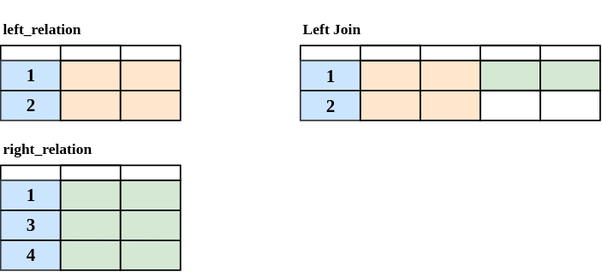
The draw.io diagram docs/sql-reference/left-join.svg in mabel-dev/opteryx.dev, before a commit. Source tidied: cells renumbered, new cells last; positions are measured from the earlier drawing's top-left corner, leaving out a move shared by most shapes.
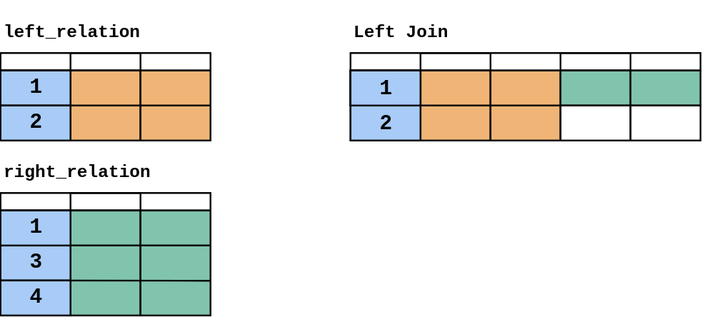
After the change.

What changed in the source:
```diff
@@ -8,19 +8,19 @@
     <mxCell id="3" style="rounded=0;whiteSpace=wrap;html=1;fontFamily=Lucida Console;fontSize=6;strokeColor=#36393d;strokeWidth=1;fillColor=#cce5ff;" parent="1" vertex="1">
       <mxGeometry y="40" width="40" height="40" as="geometry" />
     </mxCell>
-    <mxCell id="4" style="rounded=0;whiteSpace=wrap;html=1;fontFamily=Lucida Console;fontSize=6;strokeColor=#000000;strokeWidth=1;fillColor=#ffe6cc;" parent="1" vertex="1">
+    <mxCell id="4" style="rounded=0;whiteSpace=wrap;html=1;fontFamily=Lucida Console;fontSize=6;strokeColor=#000000;strokeWidth=1;fillColor=#F0B576;" parent="1" vertex="1">
       <mxGeometry x="40" y="40" width="40" height="40" as="geometry" />
     </mxCell>
-    <mxCell id="5" style="rounded=0;whiteSpace=wrap;html=1;fontFamily=Lucida Console;fontSize=6;strokeColor=#000000;strokeWidth=1;fillColor=#ffe6cc;" parent="1" vertex="1">
+    <mxCell id="5" style="rounded=0;whiteSpace=wrap;html=1;fontFamily=Lucida Console;fontSize=6;strokeColor=#000000;strokeWidth=1;fillColor=#F0B576;" parent="1" vertex="1">
       <mxGeometry x="80" y="40" width="40" height="40" as="geometry" />
     </mxCell>
     <mxCell id="6" style="endArrow=none;html=1;rounded=0;fontFamily=Lucida Console;fontSize=6;entryX=1;entryY=0.5;entryDx=0;entryDy=0;exitX=0;exitY=0.5;exitDx=0;exitDy=0;startArrow=none;" parent="1" edge="1" source="3" target="5">
       <mxGeometry relative="1" as="geometry" />
     </mxCell>
-    <mxCell id="7" value="1" style="text;strokeColor=none;fillColor=none;html=1;fontSize=12;fontStyle=1;verticalAlign=middle;align=center;fontFamily=Lucida Console;" parent="1" vertex="1">
+    <mxCell id="7" value="1" style="text;strokeColor=default;fillColor=#A8CCF7;html=1;fontSize=12;fontStyle=1;verticalAlign=middle;align=center;fontFamily=Lucida Console;" parent="1" vertex="1">
       <mxGeometry y="40" width="40" height="20" as="geometry" />
     </mxCell>
-    <mxCell id="8" value="2" style="text;strokeColor=none;fillColor=none;html=1;fontSize=12;fontStyle=1;verticalAlign=middle;align=center;fontFamily=Lucida Console;" parent="1" vertex="1">
+    <mxCell id="8" value="2" style="text;strokeColor=default;fillColor=#A8CCF7;html=1;fontSize=12;fontStyle=1;verticalAlign=middle;align=center;fontFamily=Lucida Console;" parent="1" vertex="1">
       <mxGeometry y="60" width="40" height="20" as="geometry" />
     </mxCell>
     <mxCell id="9" style="rounded=0;whiteSpace=wrap;html=1;fontFamily=Lucida Console;fontSize=6;strokeColor=#000000;strokeWidth=1;fillColor=none;" parent="1" vertex="1">
@@ -32,25 +32,25 @@
     <mxCell id="11" style="rounded=0;whiteSpace=wrap;html=1;fontFamily=Lucida Console;fontSize=6;strokeColor=#36393d;strokeWidth=1;fillColor=#cce5ff;" parent="1" vertex="1">
       <mxGeometry y="120" width="40" height="60" as="geometry" />
     </mxCell>
-    <mxCell id="12" style="rounded=0;whiteSpace=wrap;html=1;fontFamily=Lucida Console;fontSize=6;strokeColor=#000000;strokeWidth=1;fillColor=#d5e8d4;" parent="1" vertex="1">
+    <mxCell id="12" style="rounded=0;whiteSpace=wrap;html=1;fontFamily=Lucida Console;fontSize=6;strokeColor=#000000;strokeWidth=1;fillColor=#81C4AE;" parent="1" vertex="1">
       <mxGeometry x="40" y="120" width="40" height="60" as="geometry" />
     </mxCell>
-    <mxCell id="13" style="rounded=0;whiteSpace=wrap;html=1;fontFamily=Lucida Console;fontSize=6;strokeColor=#000000;strokeWidth=1;fillColor=#d5e8d4;" parent="1" vertex="1">
+    <mxCell id="13" style="rounded=0;whiteSpace=wrap;html=1;fontFamily=Lucida Console;fontSize=6;strokeColor=#000000;strokeWidth=1;fillColor=#81C4AE;" parent="1" vertex="1">
       <mxGeometry x="80" y="120" width="40" height="60" as="geometry" />
     </mxCell>
     <mxCell id="14" style="endArrow=none;html=1;rounded=0;fontFamily=Lucida Console;fontSize=6;exitX=0;exitY=0;exitDx=0;exitDy=0;startArrow=none;entryX=1;entryY=0.669;entryDx=0;entryDy=0;entryPerimeter=0;" parent="1" edge="1" source="18" target="13">
       <mxGeometry relative="1" as="geometry" />
     </mxCell>
-    <mxCell id="15" value="1" style="text;strokeColor=none;fillColor=none;html=1;fontSize=12;fontStyle=1;verticalAlign=middle;align=center;fontFamily=Lucida Console;" parent="1" vertex="1">
+    <mxCell id="15" value="1" style="text;strokeColor=default;fillColor=#A8CCF7;html=1;fontSize=12;fontStyle=1;verticalAlign=middle;align=center;fontFamily=Lucida Console;" parent="1" vertex="1">
       <mxGeometry y="120" width="40" height="20" as="geometry" />
     </mxCell>
-    <mxCell id="16" value="3" style="text;strokeColor=none;fillColor=none;html=1;fontSize=12;fontStyle=1;verticalAlign=middle;align=center;fontFamily=Lucida Console;" parent="1" vertex="1">
+    <mxCell id="16" value="3" style="text;strokeColor=default;fillColor=#A8CCF7;html=1;fontSize=12;fontStyle=1;verticalAlign=middle;align=center;fontFamily=Courier New;" parent="1" vertex="1">
       <mxGeometry y="140" width="40" height="20" as="geometry" />
     </mxCell>
     <mxCell id="17" style="rounded=0;whiteSpace=wrap;html=1;fontFamily=Lucida Console;fontSize=6;strokeColor=#000000;strokeWidth=1;fillColor=none;" parent="1" vertex="1">
       <mxGeometry x="40" y="110" width="40" height="10" as="geometry" />
     </mxCell>
-    <mxCell id="18" value="4" style="text;strokeColor=none;fillColor=none;html=1;fontSize=12;fontStyle=1;verticalAlign=middle;align=center;fontFamily=Lucida Console;" parent="1" vertex="1">
+    <mxCell id="18" value="4" style="text;strokeColor=default;fillColor=#A8CCF7;html=1;fontSize=12;fontStyle=1;verticalAlign=middle;align=center;fontFamily=Courier New;" parent="1" vertex="1">
       <mxGeometry y="160" width="40" height="20" as="geometry" />
     </mxCell>
     <mxCell id="19" style="endArrow=none;html=1;rounded=0;fontFamily=Lucida Console;fontSize=6;exitX=0;exitY=0;exitDx=0;exitDy=0;startArrow=none;" parent="1" edge="1" source="16">
@@ -58,10 +58,10 @@
         <mxPoint x="120" y="140" as="targetPoint" />
       </mxGeometry>
     </mxCell>
-    <mxCell id="20" value="&lt;font style=&quot;font-size: 10px;&quot;&gt;left_relation&lt;/font&gt;" style="text;strokeColor=none;fillColor=none;html=1;fontSize=24;fontStyle=1;verticalAlign=middle;align=left;fontFamily=Lucida Console;" parent="1" vertex="1">
+    <mxCell id="20" value="&lt;font style=&quot;font-size: 10px;&quot;&gt;left_relation&lt;/font&gt;" style="text;strokeColor=none;fillColor=none;html=1;fontSize=24;fontStyle=1;verticalAlign=middle;align=left;fontFamily=Courier New;" parent="1" vertex="1">
       <mxGeometry width="100" height="30" as="geometry" />
     </mxCell>
-    <mxCell id="21" value="&lt;font style=&quot;font-size: 10px;&quot;&gt;right_relation&lt;/font&gt;" style="text;strokeColor=none;fillColor=none;html=1;fontSize=24;fontStyle=1;verticalAlign=middle;align=left;fontFamily=Lucida Console;" parent="1" vertex="1">
+    <mxCell id="21" value="&lt;font style=&quot;font-size: 10px;&quot;&gt;right_relation&lt;/font&gt;" style="text;strokeColor=none;fillColor=none;html=1;fontSize=24;fontStyle=1;verticalAlign=middle;align=left;fontFamily=Courier New;" parent="1" vertex="1">
       <mxGeometry y="80" width="100" height="30" as="geometry" />
     </mxCell>
     <mxCell id="22" style="rounded=0;whiteSpace=wrap;html=1;fontFamily=Lucida Console;fontSize=6;strokeColor=#000000;strokeWidth=1;fillColor=default;gradientColor=none;" parent="1" vertex="1">
@@ -70,31 +70,31 @@
     <mxCell id="23" style="rounded=0;whiteSpace=wrap;html=1;fontFamily=Lucida Console;fontSize=6;strokeColor=#36393d;strokeWidth=1;fillColor=#cce5ff;" parent="1" vertex="1">
       <mxGeometry x="200" y="40" width="40" height="40" as="geometry" />
     </mxCell>
-    <mxCell id="24" style="rounded=0;whiteSpace=wrap;html=1;fontFamily=Lucida Console;fontSize=6;strokeColor=#000000;strokeWidth=1;fillColor=#ffe6cc;" parent="1" vertex="1">
+    <mxCell id="24" style="rounded=0;whiteSpace=wrap;html=1;fontFamily=Lucida Console;fontSize=6;strokeColor=#000000;strokeWidth=1;fillColor=#F0B576;" parent="1" vertex="1">
       <mxGeometry x="240" y="40" width="40" height="40" as="geometry" />
     </mxCell>
-    <mxCell id="25" style="rounded=0;whiteSpace=wrap;html=1;fontFamily=Lucida Console;fontSize=6;strokeColor=#000000;strokeWidth=1;fillColor=#ffe6cc;" parent="1" vertex="1">
+    <mxCell id="25" style="rounded=0;whiteSpace=wrap;html=1;fontFamily=Lucida Console;fontSize=6;strokeColor=#000000;strokeWidth=1;fillColor=#F0B576;" parent="1" vertex="1">
       <mxGeometry x="280" y="40" width="40" height="40" as="geometry" />
     </mxCell>
-    <mxCell id="26" value="1" style="text;strokeColor=none;fillColor=none;html=1;fontSize=12;fontStyle=1;verticalAlign=bottom;align=center;fontFamily=Lucida Console;" parent="1" vertex="1">
+    <mxCell id="26" value="1" style="text;strokeColor=default;fillColor=#A8CCF7;html=1;fontSize=12;fontStyle=1;verticalAlign=bottom;align=center;fontFamily=Lucida Console;" parent="1" vertex="1">
       <mxGeometry x="200" y="40" width="40" height="20" as="geometry" />
     </mxCell>
     <mxCell id="27" style="rounded=0;whiteSpace=wrap;html=1;fontFamily=Lucida Console;fontSize=6;strokeColor=#000000;strokeWidth=1;fillColor=none;" parent="1" vertex="1">
       <mxGeometry x="240" y="30" width="40" height="10" as="geometry" />
     </mxCell>
-    <mxCell id="28" style="rounded=0;whiteSpace=wrap;html=1;fontFamily=Lucida Console;fontSize=6;strokeColor=#000000;strokeWidth=1;fillColor=#d5e8d4;" parent="1" vertex="1">
+    <mxCell id="28" style="rounded=0;whiteSpace=wrap;html=1;fontFamily=Lucida Console;fontSize=6;strokeColor=#000000;strokeWidth=1;fillColor=#81C4AE;" parent="1" vertex="1">
       <mxGeometry x="320" y="40" width="40" height="20" as="geometry" />
     </mxCell>
-    <mxCell id="29" style="rounded=0;whiteSpace=wrap;html=1;fontFamily=Lucida Console;fontSize=6;strokeColor=#000000;strokeWidth=1;fillColor=#d5e8d4;" parent="1" vertex="1">
+    <mxCell id="29" style="rounded=0;whiteSpace=wrap;html=1;fontFamily=Lucida Console;fontSize=6;strokeColor=#000000;strokeWidth=1;fillColor=#81C4AE;" parent="1" vertex="1">
       <mxGeometry x="360" y="40" width="40" height="20" as="geometry" />
     </mxCell>
     <mxCell id="30" style="rounded=0;whiteSpace=wrap;html=1;fontFamily=Lucida Console;fontSize=6;strokeColor=#000000;strokeWidth=1;fillColor=none;" parent="1" vertex="1">
       <mxGeometry x="320" y="30" width="40" height="10" as="geometry" />
     </mxCell>
-    <mxCell id="31" value="&lt;font style=&quot;font-size: 10px;&quot;&gt;Left Join&lt;/font&gt;" style="text;strokeColor=none;fillColor=none;html=1;fontSize=24;fontStyle=1;verticalAlign=middle;align=left;fontFamily=Lucida Console;" parent="1" vertex="1">
+    <mxCell id="31" value="&lt;font style=&quot;font-size: 10px;&quot;&gt;Left Join&lt;/font&gt;" style="text;strokeColor=none;fillColor=none;html=1;fontSize=24;fontStyle=1;verticalAlign=middle;align=left;fontFamily=Courier New;" parent="1" vertex="1">
       <mxGeometry x="200" width="100" height="30" as="geometry" />
     </mxCell>
-    <mxCell id="32" value="2" style="text;strokeColor=none;fillColor=none;html=1;fontSize=12;fontStyle=1;verticalAlign=bottom;align=center;fontFamily=Lucida Console;" parent="1" vertex="1">
+    <mxCell id="32" value="2" style="text;strokeColor=default;fillColor=#A8CCF7;html=1;fontSize=12;fontStyle=1;verticalAlign=bottom;align=center;fontFamily=Courier New;" parent="1" vertex="1">
       <mxGeometry x="200" y="60" width="40" height="20" as="geometry" />
     </mxCell>
     <mxCell id="33" style="endArrow=none;html=1;rounded=0;fontFamily=Lucida Console;fontSize=6;entryX=1;entryY=0.5;entryDx=0;entryDy=0;exitX=0;exitY=0.5;exitDx=0;exitDy=0;startArrow=none;" parent="1" edge="1">
@@ -109,5 +109,23 @@
     <mxCell id="35" style="rounded=0;whiteSpace=wrap;html=1;fontFamily=Lucida Console;fontSize=6;strokeColor=#000000;strokeWidth=1;fillColor=none;" parent="1" vertex="1">
       <mxGeometry x="320" y="60" width="40" height="20" as="geometry" />
     </mxCell>
+    <mxCell id="36" value="1" style="text;strokeColor=default;fillColor=#A8CCF7;html=1;fontSize=12;fontStyle=1;verticalAlign=bottom;align=center;fontFamily=Lucida Console;" parent="1" vertex="1">
+      <mxGeometry x="200" y="40" width="40" height="20" as="geometry" />
+    </mxCell>
+    <mxCell id="37" value="1" style="text;strokeColor=default;fillColor=#A8CCF7;html=1;fontSize=12;fontStyle=1;verticalAlign=middle;align=center;fontFamily=Lucida Console;" parent="1" vertex="1">
+      <mxGeometry y="40" width="40" height="20" as="geometry" />
+    </mxCell>
+    <mxCell id="38" value="1" style="text;strokeColor=default;fillColor=#A8CCF7;html=1;fontSize=12;fontStyle=1;verticalAlign=bottom;align=center;fontFamily=Courier New;" parent="1" vertex="1">
+      <mxGeometry x="200" y="40" width="40" height="20" as="geometry" />
+    </mxCell>
+    <mxCell id="39" value="1" style="text;strokeColor=default;fillColor=#A8CCF7;html=1;fontSize=12;fontStyle=1;verticalAlign=middle;align=center;fontFamily=Courier New;" parent="1" vertex="1">
+      <mxGeometry y="40" width="40" height="20" as="geometry" />
+    </mxCell>
+    <mxCell id="40" value="2" style="text;strokeColor=default;fillColor=#A8CCF7;html=1;fontSize=12;fontStyle=1;verticalAlign=middle;align=center;fontFamily=Courier New;" parent="1" vertex="1">
+      <mxGeometry y="60" width="40" height="20" as="geometry" />
+    </mxCell>
+    <mxCell id="41" value="1" style="text;strokeColor=default;fillColor=#A8CCF7;html=1;fontSize=12;fontStyle=1;verticalAlign=middle;align=center;fontFamily=Courier New;" parent="1" vertex="1">
+      <mxGeometry y="120" width="40" height="20" as="geometry" />
+    </mxCell>
   </root>
 </mxGraphModel>
```
